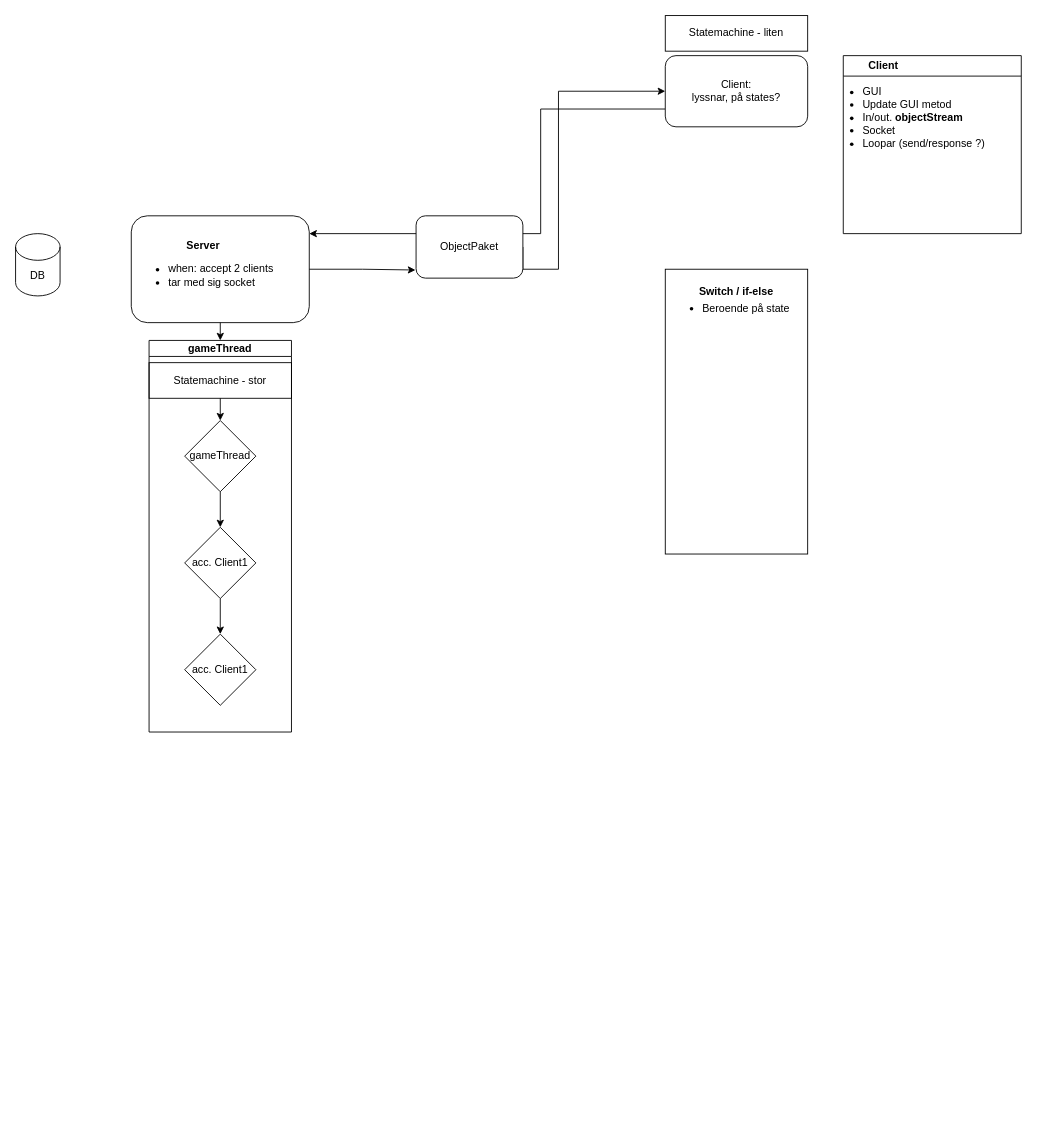
The draw.io diagram Diagram1.1.drawio in cfrank3N/quiz-game, before the edit. Source tidied: cells renumbered, new cells numbered last; positions are measured from the earlier drawing's top-left corner, leaving out a move shared by most shapes. Both pictures are drawn from the tidied source at 89%, with x=0, y=0 at pixel (15, 15).
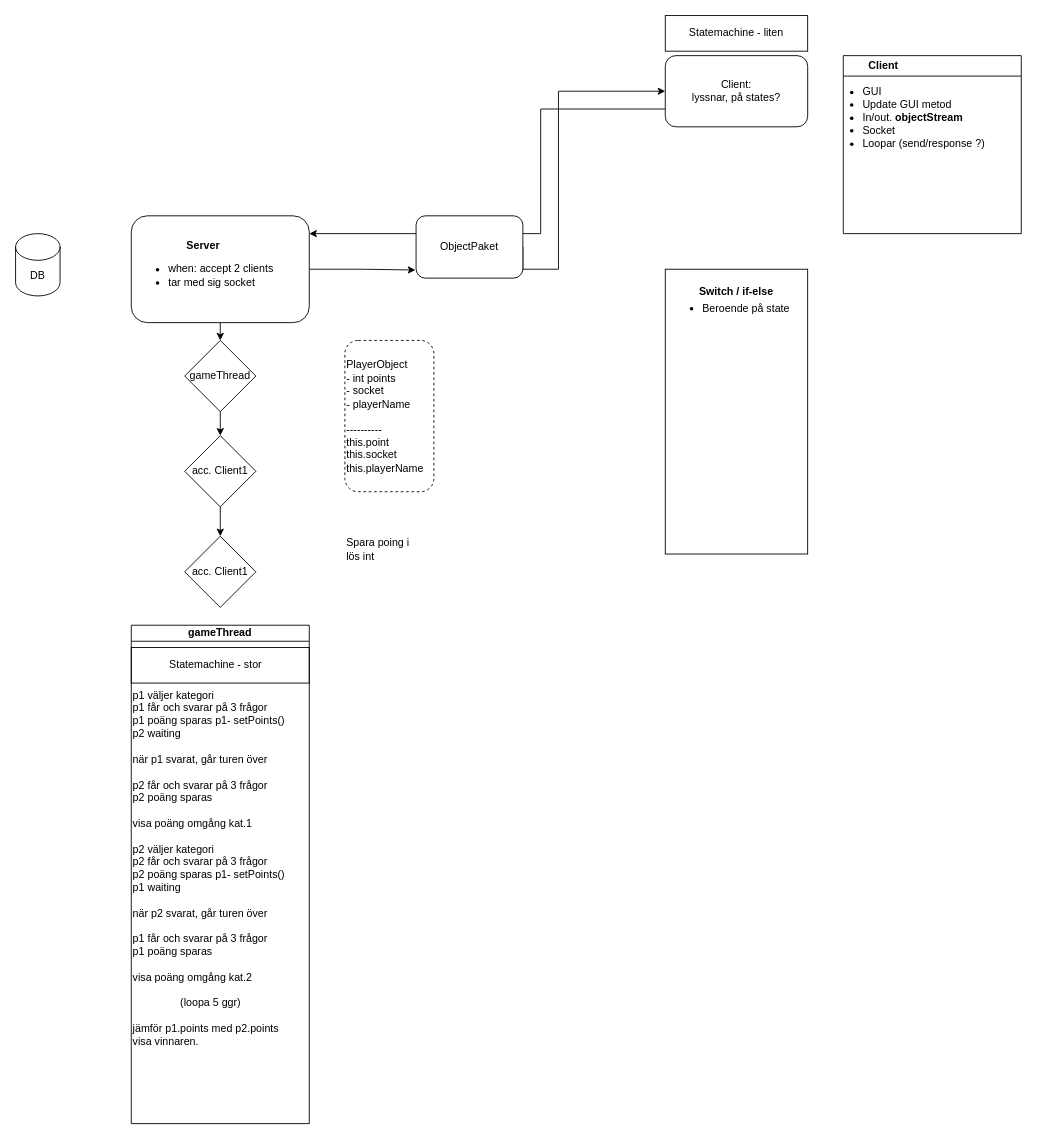
Above is the later version.

Diff of the diagram source:
```diff
@@
     <mxCell id="13" value="gameThread" style="swimlane;whiteSpace=wrap;html=1;startSize=18;swimlaneFillColor=none;" parent="1" vertex="1">
-      <mxGeometry x="150" y="365" width="160" height="440" as="geometry" />
+      <mxGeometry x="130" y="685" width="200" height="560" as="geometry" />
     </mxCell>
-    <mxCell id="14" style="edgeStyle=orthogonalEdgeStyle;rounded=0;jettySize=auto;html=1;exitX=0.5;exitY=1;exitDx=0;exitDy=0;entryX=0.5;entryY=0;entryDx=0;entryDy=0;" parent="13" edge="1" source="15" target="17">
-      <mxGeometry relative="1" as="geometry" />
-    </mxCell>
-    <mxCell id="15" value="gameThread" style="rhombus;whiteSpace=wrap;html=1;" parent="13" vertex="1">
-      <mxGeometry x="40" y="90" width="80" height="80" as="geometry" />
-    </mxCell>
-    <mxCell id="16" style="edgeStyle=orthogonalEdgeStyle;rounded=0;jettySize=auto;html=1;exitX=0.5;exitY=1;exitDx=0;exitDy=0;entryX=0.5;entryY=0;entryDx=0;entryDy=0;" parent="13" edge="1" source="17" target="18">
-      <mxGeometry relative="1" as="geometry" />
-    </mxCell>
-    <mxCell id="17" value="acc. Client1" style="rhombus;whiteSpace=wrap;html=1;" parent="13" vertex="1">
-      <mxGeometry x="40" y="210" width="80" height="80" as="geometry" />
-    </mxCell>
-    <mxCell id="18" value="acc. Client1" style="rhombus;whiteSpace=wrap;html=1;" parent="13" vertex="1">
-      <mxGeometry x="40" y="330" width="80" height="80" as="geometry" />
-    </mxCell>
     <mxCell id="19" style="rounded=0;whiteSpace=wrap;html=1;fontColor=default;fillColor=none;" parent="13" vertex="1">
-      <mxGeometry y="25" width="160" height="40" as="geometry" />
+      <mxGeometry y="25" width="200" height="40" as="geometry" />
     </mxCell>
-    <mxCell id="20" style="edgeStyle=orthogonalEdgeStyle;rounded=0;jettySize=auto;html=1;exitX=0.5;exitY=1;exitDx=0;exitDy=0;entryX=0.5;entryY=0;entryDx=0;entryDy=0;" parent="13" edge="1" source="19" target="15">
-      <mxGeometry relative="1" as="geometry" />
-    </mxCell>
     <mxCell id="21" value="Statemachine - stor" style="text;html=1;align=center;verticalAlign=middle;whiteSpace=wrap;rounded=0;" parent="13" vertex="1">
-      <mxGeometry y="30" width="160" height="30" as="geometry" />
+      <mxGeometry y="30" width="190" height="30" as="geometry" />
     </mxCell>
+    <mxCell id="26" value="p1 väljer kategori&lt;div&gt;p1 får och svarar på 3 frågor&lt;/div&gt;&lt;div&gt;p1 poäng sparas p1- setPoints()&lt;/div&gt;&lt;div&gt;p2 waiting&lt;/div&gt;&lt;div&gt;&lt;br&gt;&lt;/div&gt;&lt;div&gt;när p1 svarat, går turen över&lt;/div&gt;&lt;div&gt;&lt;br&gt;&lt;/div&gt;&lt;div&gt;p2 får och svarar på 3 frågor&lt;/div&gt;&lt;div&gt;p2 poäng sparas&lt;/div&gt;&lt;div&gt;&lt;br&gt;&lt;/div&gt;&lt;div&gt;visa poäng omgång kat.1&lt;/div&gt;&lt;div&gt;&lt;br&gt;&lt;/div&gt;&lt;div&gt;p2 väljer kategori&lt;div&gt;p2 får och svarar på 3 frågor&lt;/div&gt;&lt;div&gt;p2 poäng sparas p1- setPoints()&lt;/div&gt;&lt;div&gt;p1 waiting&lt;/div&gt;&lt;div&gt;&lt;br&gt;&lt;/div&gt;&lt;div&gt;när p2 svarat, går turen över&lt;/div&gt;&lt;div&gt;&lt;br&gt;&lt;/div&gt;&lt;div&gt;p1 får och svarar på 3 frågor&lt;/div&gt;&lt;div&gt;p1 poäng sparas&lt;/div&gt;&lt;div&gt;&lt;br&gt;&lt;/div&gt;&lt;div&gt;visa poäng omgång kat.2&lt;/div&gt;&lt;/div&gt;&lt;div&gt;&lt;br&gt;&lt;/div&gt;&lt;div&gt;&lt;span style=&quot;white-space: pre;&quot;&gt;&#9;&lt;/span&gt;&lt;span style=&quot;white-space: pre;&quot;&gt;&#9;&lt;/span&gt;(loopa 5 ggr)&lt;/div&gt;&lt;div&gt;&lt;br&gt;&lt;/div&gt;&lt;div&gt;jämför p1.points med p2.points&lt;/div&gt;&lt;div&gt;visa vinnaren.&lt;/div&gt;" style="text;html=1;align=left;verticalAlign=top;whiteSpace=wrap;rounded=0;" parent="13" vertex="1">
+      <mxGeometry y="65" width="200" height="495" as="geometry" />
+    </mxCell>
@@
+    <mxCell id="27" value="&lt;div&gt;&lt;br&gt;&lt;/div&gt;&lt;div&gt;PlayerObject&lt;/div&gt;&lt;div&gt;- int points&lt;/div&gt;&lt;div&gt;- socket&lt;/div&gt;&lt;div&gt;- playerName&lt;/div&gt;&lt;div&gt;&lt;br&gt;&lt;/div&gt;&lt;div&gt;----------&lt;/div&gt;&lt;div&gt;this.point&lt;/div&gt;&lt;div&gt;this.socket&lt;/div&gt;&lt;div&gt;this.playerName&lt;/div&gt;" style="rounded=1;whiteSpace=wrap;html=1;align=left;horizontal=1;verticalAlign=top;dashed=1;" parent="1" vertex="1">
+      <mxGeometry x="370" y="365" width="100" height="170" as="geometry" />
+    </mxCell>
+    <mxCell id="28" value="Spara poing i&amp;nbsp;&lt;div&gt;lös int&lt;/div&gt;" style="text;html=1;align=left;verticalAlign=middle;whiteSpace=wrap;rounded=0;" parent="1" vertex="1">
+      <mxGeometry x="370" y="565" width="110" height="70" as="geometry" />
+    </mxCell>
+    <mxCell id="14" style="edgeStyle=orthogonalEdgeStyle;rounded=0;jettySize=auto;html=1;exitX=0.5;exitY=1;exitDx=0;exitDy=0;entryX=0.5;entryY=0;entryDx=0;entryDy=0;" parent="1" edge="1" source="15" target="17">
+      <mxGeometry relative="1" as="geometry" />
+    </mxCell>
+    <mxCell id="16" style="edgeStyle=orthogonalEdgeStyle;rounded=0;jettySize=auto;html=1;exitX=0.5;exitY=1;exitDx=0;exitDy=0;entryX=0.5;entryY=0;entryDx=0;entryDy=0;" parent="1" edge="1" source="17" target="18">
+      <mxGeometry relative="1" as="geometry" />
+    </mxCell>
+    <mxCell id="17" value="acc. Client1" style="rhombus;whiteSpace=wrap;html=1;" parent="1" vertex="1">
+      <mxGeometry x="190" y="472" width="80" height="80" as="geometry" />
+    </mxCell>
+    <mxCell id="18" value="acc. Client1" style="rhombus;whiteSpace=wrap;html=1;" parent="1" vertex="1">
+      <mxGeometry x="190" y="585" width="80" height="80" as="geometry" />
+    </mxCell>
+    <mxCell id="15" value="gameThread" style="rhombus;whiteSpace=wrap;html=1;" parent="1" vertex="1">
+      <mxGeometry x="190" y="365" width="80" height="80" as="geometry" />
+    </mxCell>
```
